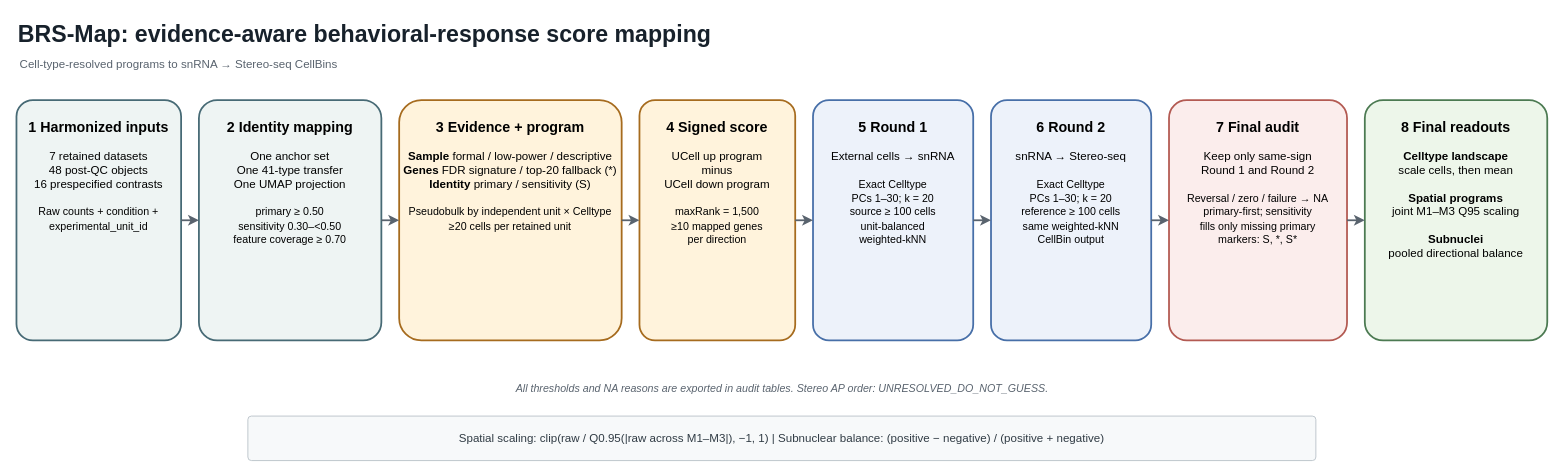
coffeei1i/amg keeps this draw.io diagram as BRS-Map/workflow/BRS-Map_workflow.drawio. Above is the earlier version. Source tidied: cells renumbered, new cells numbered last; positions are measured from the earlier drawing's top-left corner, leaving out a move shared by most shapes. Both pictures are drawn from the tidied source at 89%, with x=0, y=0 at pixel (16, 15).
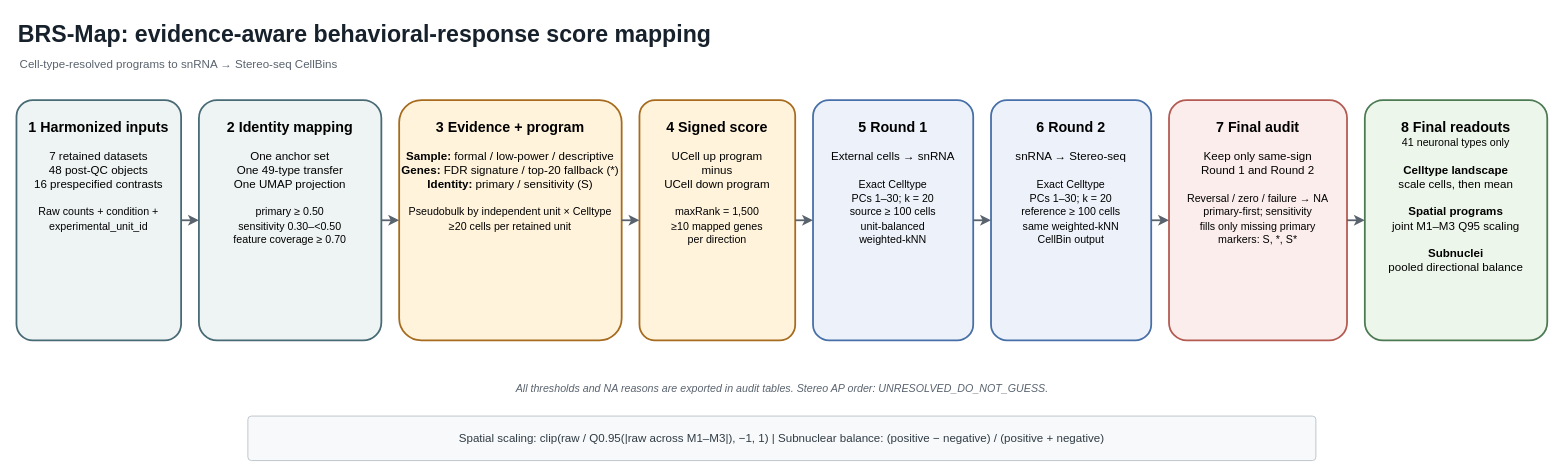
After the change.

Commit message (it also covers changes not shown here):
docs: distinguish 49 mapped from 41 neuronal types

What changed in the source:
```diff
@@
-    <mxCell id="5" value="&lt;b&gt;&lt;font style=&quot;font-size:16px&quot;&gt;2  Identity mapping&lt;/font&gt;&lt;/b&gt;&lt;br&gt;&lt;br&gt;One anchor set&lt;br&gt;One 41-type transfer&lt;br&gt;One UMAP projection&lt;br&gt;&lt;br&gt;&lt;font style=&quot;font-size:12px&quot;&gt;primary &amp;#8805; 0.50&lt;br&gt;sensitivity 0.30&amp;#8211;&amp;lt;0.50&lt;br&gt;feature coverage &amp;#8805; 0.70&lt;/font&gt;" style="rounded=1;whiteSpace=wrap;html=1;arcSize=10;fillColor=#EEF4F3;strokeColor=#476A75;strokeWidth=2;fontFamily=Arial;fontSize=13;verticalAlign=top;spacingTop=14;" parent="1" vertex="1">
+    <mxCell id="5" value="&lt;b&gt;&lt;font style=&quot;font-size:16px&quot;&gt;2  Identity mapping&lt;/font&gt;&lt;/b&gt;&lt;br&gt;&lt;br&gt;One anchor set&lt;br&gt;One 49-type transfer&lt;br&gt;One UMAP projection&lt;br&gt;&lt;br&gt;&lt;font style=&quot;font-size:12px&quot;&gt;primary &amp;#8805; 0.50&lt;br&gt;sensitivity 0.30&amp;#8211;&amp;lt;0.50&lt;br&gt;feature coverage &amp;#8805; 0.70&lt;/font&gt;" style="rounded=1;whiteSpace=wrap;html=1;arcSize=10;fillColor=#EEF4F3;strokeColor=#476A75;strokeWidth=2;fontFamily=Arial;fontSize=13;verticalAlign=top;spacingTop=14;" parent="1" vertex="1">
       <mxGeometry x="205" y="95" width="205" height="270" as="geometry" />
     </mxCell>
-    <mxCell id="6" value="&lt;b&gt;&lt;font style=&quot;font-size:16px&quot;&gt;3  Evidence + program&lt;/font&gt;&lt;/b&gt;&lt;br&gt;&lt;br&gt;&lt;b&gt;Sample&lt;/b&gt;  formal / low-power / descriptive&lt;br&gt;&lt;b&gt;Genes&lt;/b&gt;  FDR signature / top-20 fallback (*)&lt;br&gt;&lt;b&gt;Identity&lt;/b&gt;  primary / sensitivity (S)&lt;br&gt;&lt;br&gt;&lt;font style=&quot;font-size:12px&quot;&gt;Pseudobulk by independent unit &amp;#215; Celltype&lt;br&gt;&amp;#8805;20 cells per retained unit&lt;/font&gt;" style="rounded=1;whiteSpace=wrap;html=1;arcSize=10;fillColor=#FFF3DC;strokeColor=#A66B1E;strokeWidth=2;fontFamily=Arial;fontSize=13;verticalAlign=top;spacingTop=14;" parent="1" vertex="1">
+    <mxCell id="6" value="&lt;b&gt;&lt;font style=&quot;font-size:16px&quot;&gt;3  Evidence + program&lt;/font&gt;&lt;/b&gt;&lt;br&gt;&lt;br&gt;&lt;b&gt;Sample: &lt;/b&gt;formal / low-power / descriptive&lt;br&gt;&lt;b&gt;Genes: &lt;/b&gt;FDR signature / top-20 fallback (*)&lt;br&gt;&lt;b&gt;Identity: &lt;/b&gt;primary / sensitivity (S)&lt;br&gt;&lt;br&gt;&lt;font style=&quot;font-size:12px&quot;&gt;Pseudobulk by independent unit &amp;#215; Celltype&lt;br&gt;&amp;#8805;20 cells per retained unit&lt;/font&gt;" style="rounded=1;whiteSpace=wrap;html=1;arcSize=10;fillColor=#FFF3DC;strokeColor=#A66B1E;strokeWidth=2;fontFamily=Arial;fontSize=13;verticalAlign=top;spacingTop=14;" parent="1" vertex="1">
       <mxGeometry x="430" y="95" width="250" height="270" as="geometry" />
     </mxCell>
@@
-    <mxCell id="11" value="&lt;b&gt;&lt;font style=&quot;font-size:16px&quot;&gt;8  Final readouts&lt;/font&gt;&lt;/b&gt;&lt;br&gt;&lt;br&gt;&lt;b&gt;Celltype landscape&lt;/b&gt;&lt;br&gt;scale cells, then mean&lt;br&gt;&lt;br&gt;&lt;b&gt;Spatial programs&lt;/b&gt;&lt;br&gt;joint M1&amp;#8211;M3 Q95 scaling&lt;br&gt;&lt;br&gt;&lt;b&gt;Subnuclei&lt;/b&gt;&lt;br&gt;pooled directional balance" style="rounded=1;whiteSpace=wrap;html=1;arcSize=10;fillColor=#EDF6EA;strokeColor=#4C7A52;strokeWidth=2;fontFamily=Arial;fontSize=13;verticalAlign=top;spacingTop=14;" parent="1" vertex="1">
+    <mxCell id="11" value="&lt;b&gt;&lt;font style=&quot;font-size:16px&quot;&gt;8  Final readouts&lt;/font&gt;&lt;/b&gt;&lt;br&gt;&lt;font style=&quot;font-size:12px&quot;&gt;41 neuronal types only&lt;/font&gt;&lt;br&gt;&lt;br&gt;&lt;b&gt;Celltype landscape&lt;/b&gt;&lt;br&gt;scale cells, then mean&lt;br&gt;&lt;br&gt;&lt;b&gt;Spatial programs&lt;/b&gt;&lt;br&gt;joint M1&amp;#8211;M3 Q95 scaling&lt;br&gt;&lt;br&gt;&lt;b&gt;Subnuclei&lt;/b&gt;&lt;br&gt;pooled directional balance" style="rounded=1;whiteSpace=wrap;html=1;arcSize=10;fillColor=#EDF6EA;strokeColor=#4C7A52;strokeWidth=2;fontFamily=Arial;fontSize=13;verticalAlign=top;spacingTop=14;" parent="1" vertex="1">
       <mxGeometry x="1515" y="95" width="205" height="270" as="geometry" />
     </mxCell>
```
